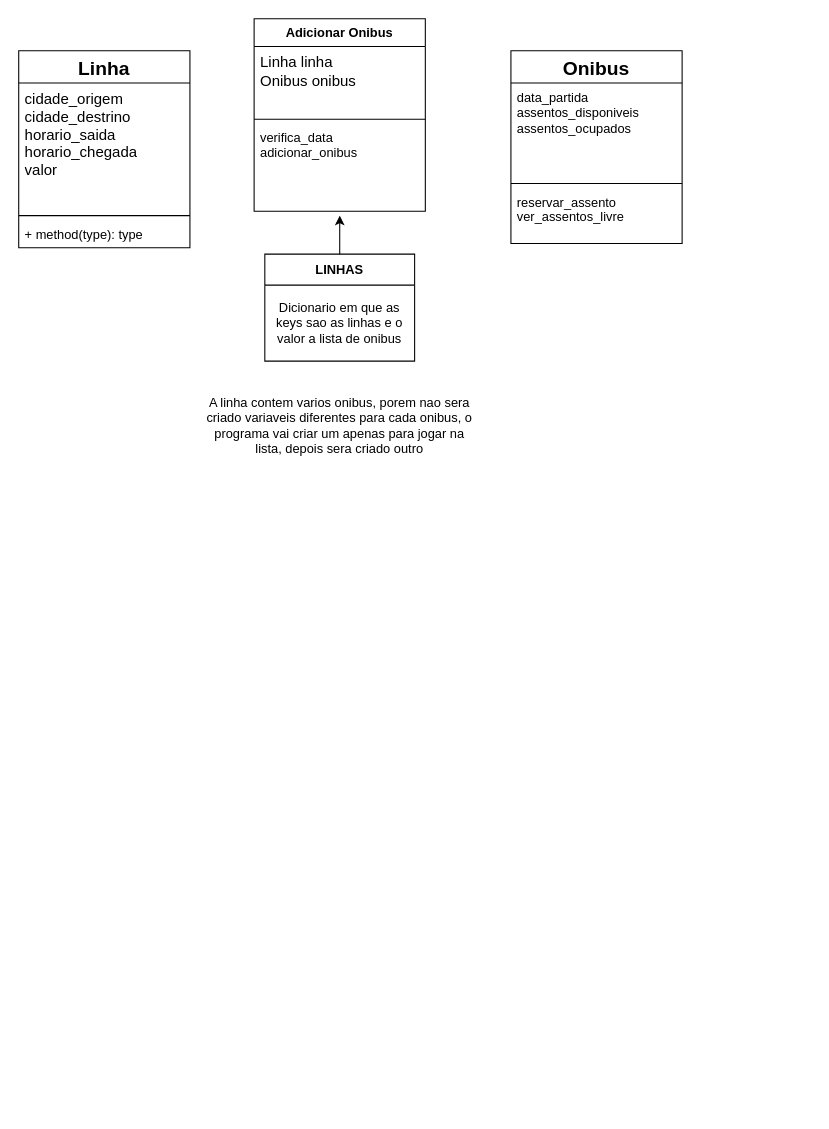
This is diagramas.drawio from Felipe0132/Sistema-Empresa-Onibus, a draw.io file, before an edit. Source tidied: cells renumbered, new cells numbered last; positions are measured from the earlier drawing's top-left corner, leaving out a move shared by most shapes. Both pictures are drawn from the tidied source at 107%, with x=0, y=0 at pixel (18, 18).
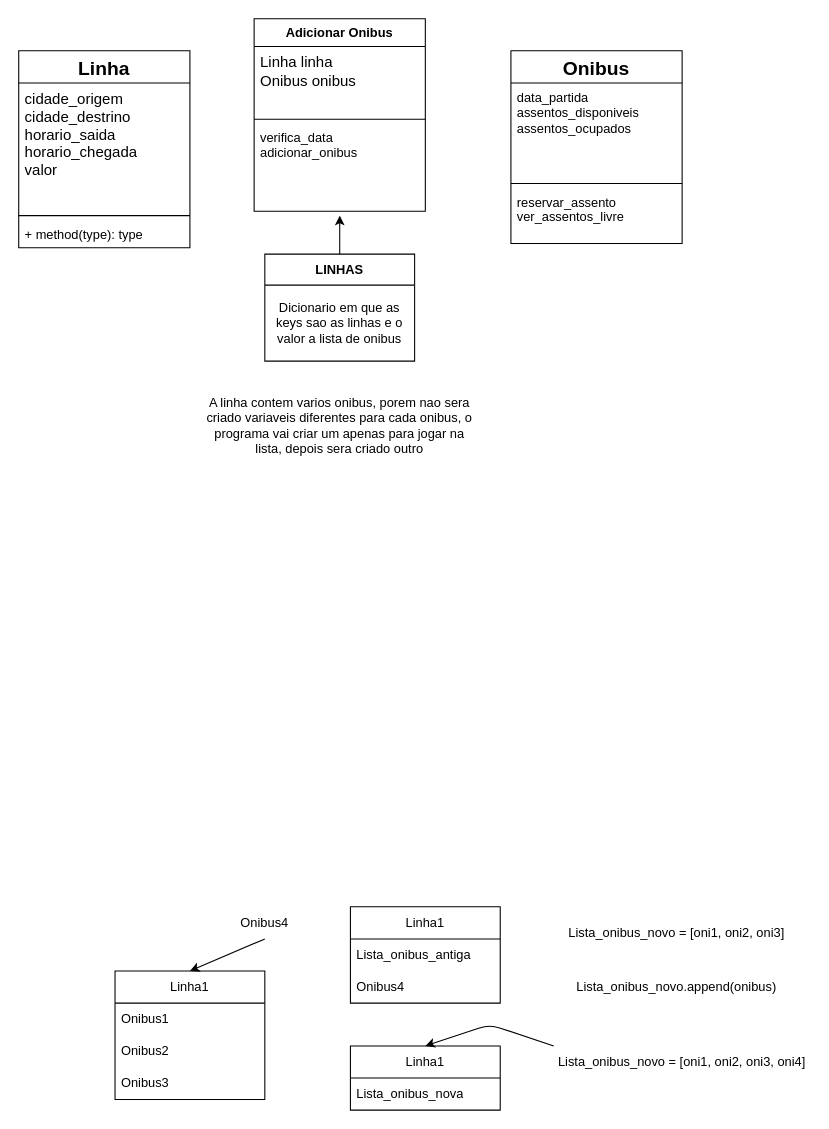
The same diagram, later.

Change to the diagram source:
```diff
@@
+    <mxCell id="18" value="Linha1" style="swimlane;fontStyle=0;horizontal=1;startSize=30;whiteSpace=wrap;html=1;" parent="1" vertex="1">
+      <mxGeometry x="90" y="890" width="140" height="120" as="geometry" />
+    </mxCell>
+    <mxCell id="19" value="Onibus1" style="text;strokeColor=none;fillColor=none;align=left;verticalAlign=middle;spacingLeft=4;spacingRight=4;overflow=hidden;whiteSpace=wrap;html=1;" parent="18" vertex="1">
+      <mxGeometry y="30" width="140" height="30" as="geometry" />
+    </mxCell>
+    <mxCell id="20" value="Onibus2" style="text;strokeColor=none;fillColor=none;align=left;verticalAlign=middle;spacingLeft=4;spacingRight=4;overflow=hidden;whiteSpace=wrap;html=1;" parent="18" vertex="1">
+      <mxGeometry y="60" width="140" height="30" as="geometry" />
+    </mxCell>
+    <mxCell id="21" value="Onibus3" style="text;strokeColor=none;fillColor=none;align=left;verticalAlign=middle;spacingLeft=4;spacingRight=4;overflow=hidden;whiteSpace=wrap;html=1;" parent="18" vertex="1">
+      <mxGeometry y="90" width="140" height="30" as="geometry" />
+    </mxCell>
+    <mxCell id="22" style="edgeStyle=none;html=1;exitX=0.5;exitY=1;exitDx=0;exitDy=0;entryX=0.5;entryY=0;entryDx=0;entryDy=0;" parent="1" edge="1" source="23" target="18">
+      <mxGeometry relative="1" as="geometry" />
+    </mxCell>
+    <mxCell id="23" value="Onibus4" style="text;html=1;align=center;verticalAlign=middle;whiteSpace=wrap;rounded=0;" parent="1" vertex="1">
+      <mxGeometry x="200" y="830" width="60" height="30" as="geometry" />
+    </mxCell>
+    <mxCell id="24" value="Linha1" style="swimlane;fontStyle=0;horizontal=1;startSize=30;whiteSpace=wrap;html=1;" parent="1" vertex="1">
+      <mxGeometry x="310" y="830" width="140" height="90" as="geometry" />
+    </mxCell>
+    <mxCell id="25" value="Lista_onibus_antiga" style="text;strokeColor=none;fillColor=none;align=left;verticalAlign=middle;spacingLeft=4;spacingRight=4;overflow=hidden;whiteSpace=wrap;html=1;" parent="24" vertex="1">
+      <mxGeometry y="30" width="140" height="30" as="geometry" />
+    </mxCell>
+    <mxCell id="26" value="Onibus4" style="text;strokeColor=none;fillColor=none;align=left;verticalAlign=middle;spacingLeft=4;spacingRight=4;overflow=hidden;whiteSpace=wrap;html=1;" parent="24" vertex="1">
+      <mxGeometry y="60" width="140" height="30" as="geometry" />
+    </mxCell>
+    <mxCell id="27" value="Linha1" style="swimlane;fontStyle=0;horizontal=1;startSize=30;whiteSpace=wrap;html=1;" parent="1" vertex="1">
+      <mxGeometry x="310" y="960" width="140" height="60" as="geometry" />
+    </mxCell>
+    <mxCell id="28" value="Lista_onibus_nova" style="text;strokeColor=none;fillColor=none;align=left;verticalAlign=middle;spacingLeft=4;spacingRight=4;overflow=hidden;whiteSpace=wrap;html=1;" parent="27" vertex="1">
+      <mxGeometry y="30" width="140" height="30" as="geometry" />
+    </mxCell>
+    <mxCell id="29" value="Lista_onibus_novo = [oni1, oni2, oni3]" style="text;html=1;align=center;verticalAlign=middle;whiteSpace=wrap;rounded=0;" parent="1" vertex="1">
+      <mxGeometry x="510" y="840" width="210" height="30" as="geometry" />
+    </mxCell>
+    <mxCell id="30" value="Lista_onibus_novo.append(onibus)" style="text;html=1;align=center;verticalAlign=middle;whiteSpace=wrap;rounded=0;" parent="1" vertex="1">
+      <mxGeometry x="520" y="890" width="190" height="30" as="geometry" />
+    </mxCell>
+    <mxCell id="31" style="edgeStyle=none;html=1;exitX=0;exitY=0;exitDx=0;exitDy=0;entryX=0.5;entryY=0;entryDx=0;entryDy=0;" parent="1" edge="1" source="32" target="27">
+      <mxGeometry relative="1" as="geometry">
+        <Array as="points">
+          <mxPoint x="440" y="940" />
+        </Array>
+      </mxGeometry>
+    </mxCell>
+    <mxCell id="32" value="Lista_onibus_novo = [oni1, oni2, oni3, oni4]" style="text;html=1;align=center;verticalAlign=middle;whiteSpace=wrap;rounded=0;" parent="1" vertex="1">
+      <mxGeometry x="500" y="960" width="240" height="30" as="geometry" />
+    </mxCell>
```
